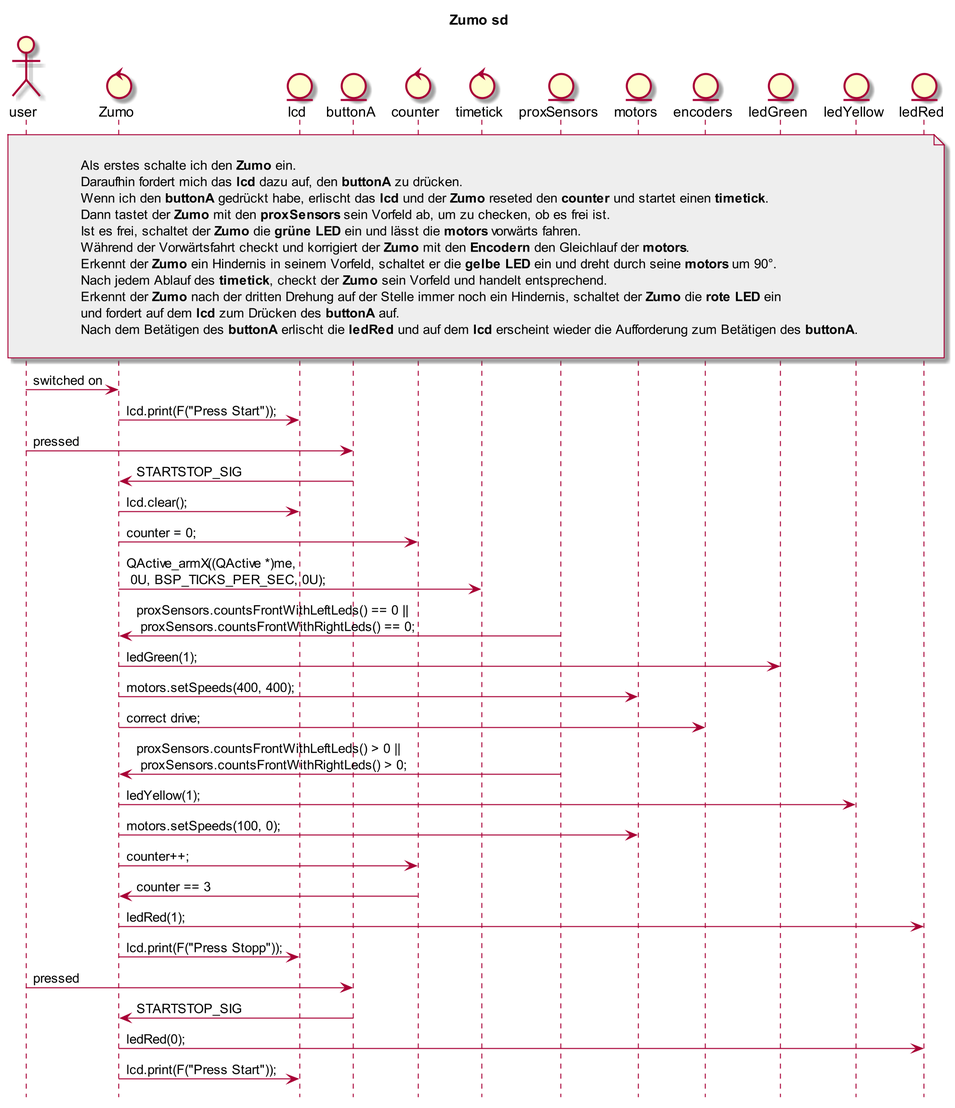
This is Zumo_SD.png from orje/Zumo_QM_QPnano, a PlantUML export, as it was before one commit.
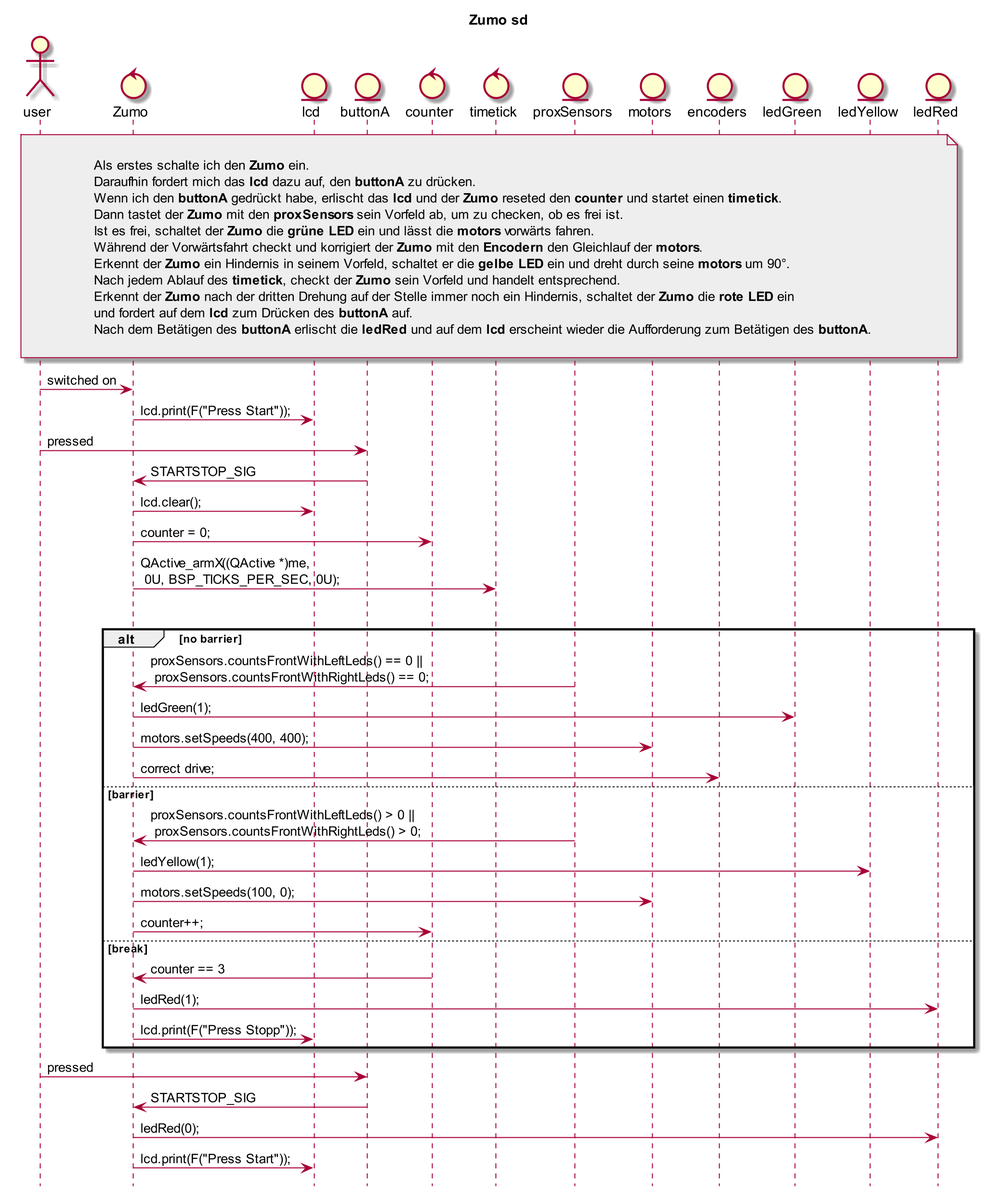
Above is the later version.

Diff of the diagram source:
```diff
@@ -47,19 +47,25 @@
 Zumo -> counter : counter = 0;
 Zumo -> timetick : QActive_armX((QActive *)me,  \n 0U, BSP_TICKS_PER_SEC, 0U);
 
+loop
+alt no barrier
 proxSensors -> Zumo : proxSensors.countsFrontWithLeftLeds() == 0 || \n proxSensors.countsFrontWithRightLeds() == 0;
 Zumo -> ledGreen : ledGreen(1);
 Zumo -> motors : motors.setSpeeds(400, 400);
 Zumo -> encoders : correct drive;
 
+else barrier
 proxSensors -> Zumo : proxSensors.countsFrontWithLeftLeds() > 0 || \n proxSensors.countsFrontWithRightLeds() > 0;
 Zumo -> ledYellow : ledYellow(1);
 Zumo -> motors : motors.setSpeeds(100, 0);
 Zumo -> counter : counter++;
 
+else break
 counter -> Zumo : counter == 3
 Zumo -> ledRed : ledRed(1);
 Zumo -> lcd : lcd.print(F("Press Stopp"));
+end
+
 user -> buttonA : pressed
 buttonA -> Zumo : STARTSTOP_SIG
 Zumo -> ledRed : ledRed(0);
```
